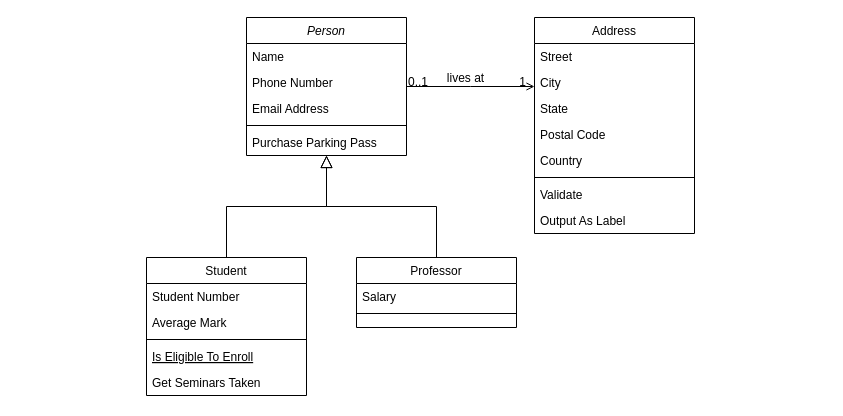
Above: Sist bancario.drawio in AgustinaFontana/1prueba (draw.io), before the change. Source tidied: cells renumbered, new cells numbered last; positions are measured from the earlier drawing's top-left corner, leaving out a move shared by most shapes. Both pictures are drawn from the tidied source at 100%, with x=0, y=0 at pixel (146, 17).
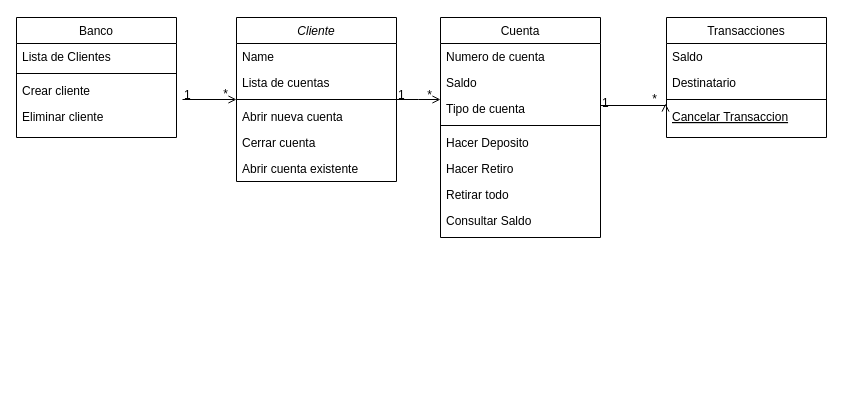
The same page after the edit.

The change refers to these unchanged cells:
```xml
<mxCell id="28" style="endArrow=open;shadow=0;strokeWidth=1;rounded=0;endFill=1;edgeStyle=elbowEdgeStyle;elbow=vertical;" parent="1" edge="1" source="2" target="19">
  <mxGeometry x="0.5" y="41" relative="1" as="geometry">
    <mxPoint x="-40" y="32" as="offset" />
  </mxGeometry>
</mxCell>
```

Change to the diagram source:
```diff
@@
-    <mxCell id="2" value="Person" style="swimlane;fontStyle=2;align=center;verticalAlign=top;horizontal=1;startSize=26;rounded=0;shadow=0;strokeWidth=1;" parent="1" vertex="1">
-      <mxGeometry x="100" width="160" height="138" as="geometry" />
+    <mxCell id="2" value="Cliente" style="swimlane;fontStyle=2;align=center;verticalAlign=top;horizontal=1;startSize=26;rounded=0;shadow=0;strokeWidth=1;" parent="1" vertex="1">
+      <mxGeometry x="90" width="160" height="164" as="geometry" />
     </mxCell>
@@
-    <mxCell id="4" value="Phone Number" style="text;align=left;verticalAlign=top;spacingLeft=4;spacingRight=4;overflow=hidden;rounded=0;shadow=0;html=0;" parent="2" vertex="1">
+    <mxCell id="4" value="Lista de cuentas" style="text;align=left;verticalAlign=top;spacingLeft=4;spacingRight=4;overflow=hidden;rounded=0;shadow=0;html=0;" parent="2" vertex="1">
       <mxGeometry y="52" width="160" height="26" as="geometry" />
     </mxCell>
-    <mxCell id="5" value="Email Address" style="text;align=left;verticalAlign=top;spacingLeft=4;spacingRight=4;overflow=hidden;rounded=0;shadow=0;html=0;" parent="2" vertex="1">
-      <mxGeometry y="78" width="160" height="26" as="geometry" />
-    </mxCell>
     <mxCell id="6" style="line;html=1;strokeWidth=1;align=left;verticalAlign=middle;spacingTop=-1;spacingLeft=3;spacingRight=3;labelPosition=right;" parent="2" vertex="1">
-      <mxGeometry y="104" width="160" height="8" as="geometry" />
+      <mxGeometry y="78" width="160" height="8" as="geometry" />
     </mxCell>
-    <mxCell id="7" value="Purchase Parking Pass" style="text;align=left;verticalAlign=top;spacingLeft=4;spacingRight=4;overflow=hidden;" parent="2" vertex="1">
-      <mxGeometry y="112" width="160" height="26" as="geometry" />
+    <mxCell id="7" value="Abrir nueva cuenta" style="text;align=left;verticalAlign=top;spacingLeft=4;spacingRight=4;overflow=hidden;" parent="2" vertex="1">
+      <mxGeometry y="86" width="160" height="26" as="geometry" />
     </mxCell>
+    <mxCell id="32" value="Cerrar cuenta" style="text;align=left;verticalAlign=top;spacingLeft=4;spacingRight=4;overflow=hidden;" parent="2" vertex="1">
+      <mxGeometry y="112" width="160" height="26" as="geometry" />
+    </mxCell>
+    <mxCell id="33" value="Abrir cuenta existente" style="text;align=left;verticalAlign=top;spacingLeft=4;spacingRight=4;overflow=hidden;" parent="2" vertex="1">
+      <mxGeometry y="138" width="160" height="26" as="geometry" />
+    </mxCell>
-    <mxCell id="8" value="Student" style="swimlane;fontStyle=0;align=center;verticalAlign=top;horizontal=1;startSize=26;rounded=0;shadow=0;strokeWidth=1;" parent="1" vertex="1">
-      <mxGeometry y="240" width="160" height="138" as="geometry" />
+    <mxCell id="8" value="Transacciones" style="swimlane;fontStyle=0;align=center;verticalAlign=top;horizontal=1;startSize=26;rounded=0;shadow=0;strokeWidth=1;" parent="1" vertex="1">
+      <mxGeometry x="520" width="160" height="120" as="geometry" />
     </mxCell>
-    <mxCell id="9" value="Student Number" style="text;align=left;verticalAlign=top;spacingLeft=4;spacingRight=4;overflow=hidden;" parent="8" vertex="1">
+    <mxCell id="9" value="Saldo" style="text;align=left;verticalAlign=top;spacingLeft=4;spacingRight=4;overflow=hidden;" parent="8" vertex="1">
       <mxGeometry y="26" width="160" height="26" as="geometry" />
     </mxCell>
-    <mxCell id="10" value="Average Mark" style="text;align=left;verticalAlign=top;spacingLeft=4;spacingRight=4;overflow=hidden;rounded=0;shadow=0;html=0;" parent="8" vertex="1">
-      <mxGeometry y="52" width="160" height="26" as="geometry" />
-    </mxCell>
+    <mxCell id="34" value="Destinatario" style="text;align=left;verticalAlign=top;spacingLeft=4;spacingRight=4;overflow=hidden;" parent="8" vertex="1">
+      <mxGeometry y="52" width="160" height="26" as="geometry" />
+    </mxCell>
@@
-    <mxCell id="12" value="Is Eligible To Enroll" style="text;align=left;verticalAlign=top;spacingLeft=4;spacingRight=4;overflow=hidden;points=[[0,0.5],[1,0.5]];portConstraint=eastwest;fontStyle=4;" parent="8" vertex="1">
+    <mxCell id="12" value="Cancelar Transaccion" style="text;align=left;verticalAlign=top;spacingLeft=4;spacingRight=4;overflow=hidden;points=[[0,0.5],[1,0.5]];portConstraint=eastwest;fontStyle=4;" parent="8" vertex="1">
       <mxGeometry y="86" width="160" height="26" as="geometry" />
     </mxCell>
-    <mxCell id="13" value="Get Seminars Taken" style="text;align=left;verticalAlign=top;spacingLeft=4;spacingRight=4;overflow=hidden;" parent="8" vertex="1">
-      <mxGeometry y="112" width="160" height="26" as="geometry" />
-    </mxCell>
-    <mxCell id="14" style="endArrow=block;endSize=10;endFill=0;shadow=0;strokeWidth=1;rounded=0;edgeStyle=elbowEdgeStyle;elbow=vertical;" parent="1" edge="1" source="8" target="2">
-      <mxGeometry relative="1" as="geometry" />
-    </mxCell>
-    <mxCell id="15" value="Professor" style="swimlane;fontStyle=0;align=center;verticalAlign=top;horizontal=1;startSize=26;rounded=0;shadow=0;strokeWidth=1;" parent="1" vertex="1">
-      <mxGeometry x="210" y="240" width="160" height="70" as="geometry" />
+    <mxCell id="15" value="Banco" style="swimlane;fontStyle=0;align=center;verticalAlign=top;horizontal=1;startSize=26;rounded=0;shadow=0;strokeWidth=1;" parent="1" vertex="1">
+      <mxGeometry x="-130" width="160" height="120" as="geometry" />
     </mxCell>
-    <mxCell id="16" value="Salary" style="text;align=left;verticalAlign=top;spacingLeft=4;spacingRight=4;overflow=hidden;" parent="15" vertex="1">
+    <mxCell id="16" value="Lista de Clientes" style="text;align=left;verticalAlign=top;spacingLeft=4;spacingRight=4;overflow=hidden;" parent="15" vertex="1">
       <mxGeometry y="26" width="160" height="26" as="geometry" />
     </mxCell>
@@
-    <mxCell id="18" style="endArrow=block;endSize=10;endFill=0;shadow=0;strokeWidth=1;rounded=0;edgeStyle=elbowEdgeStyle;elbow=vertical;" parent="1" edge="1" source="15" target="2">
-      <mxGeometry relative="1" as="geometry" />
-    </mxCell>
+    <mxCell id="35" value="Crear cliente" style="text;align=left;verticalAlign=top;spacingLeft=4;spacingRight=4;overflow=hidden;" parent="15" vertex="1">
+      <mxGeometry y="60" width="160" height="26" as="geometry" />
+    </mxCell>
+    <mxCell id="36" value="Eliminar cliente" style="text;align=left;verticalAlign=top;spacingLeft=4;spacingRight=4;overflow=hidden;" parent="15" vertex="1">
+      <mxGeometry y="86" width="160" height="26" as="geometry" />
+    </mxCell>
-    <mxCell id="19" value="Address" style="swimlane;fontStyle=0;align=center;verticalAlign=top;horizontal=1;startSize=26;rounded=0;shadow=0;strokeWidth=1;" parent="1" vertex="1">
-      <mxGeometry x="388" width="160" height="216" as="geometry" />
+    <mxCell id="19" value="Cuenta" style="swimlane;fontStyle=0;align=center;verticalAlign=top;horizontal=1;startSize=26;rounded=0;shadow=0;strokeWidth=1;" parent="1" vertex="1">
+      <mxGeometry x="294" width="160" height="220" as="geometry" />
     </mxCell>
-    <mxCell id="20" value="Street" style="text;align=left;verticalAlign=top;spacingLeft=4;spacingRight=4;overflow=hidden;" parent="19" vertex="1">
+    <mxCell id="20" value="Numero de cuenta" style="text;align=left;verticalAlign=top;spacingLeft=4;spacingRight=4;overflow=hidden;" parent="19" vertex="1">
       <mxGeometry y="26" width="160" height="26" as="geometry" />
     </mxCell>
-    <mxCell id="21" value="City" style="text;align=left;verticalAlign=top;spacingLeft=4;spacingRight=4;overflow=hidden;rounded=0;shadow=0;html=0;" parent="19" vertex="1">
+    <mxCell id="21" value="Saldo" style="text;align=left;verticalAlign=top;spacingLeft=4;spacingRight=4;overflow=hidden;rounded=0;shadow=0;html=0;" parent="19" vertex="1">
       <mxGeometry y="52" width="160" height="26" as="geometry" />
     </mxCell>
-    <mxCell id="22" value="State" style="text;align=left;verticalAlign=top;spacingLeft=4;spacingRight=4;overflow=hidden;rounded=0;shadow=0;html=0;" parent="19" vertex="1">
+    <mxCell id="22" value="Tipo de cuenta" style="text;align=left;verticalAlign=top;spacingLeft=4;spacingRight=4;overflow=hidden;rounded=0;shadow=0;html=0;" parent="19" vertex="1">
       <mxGeometry y="78" width="160" height="26" as="geometry" />
     </mxCell>
-    <mxCell id="23" value="Postal Code" style="text;align=left;verticalAlign=top;spacingLeft=4;spacingRight=4;overflow=hidden;rounded=0;shadow=0;html=0;" parent="19" vertex="1">
-      <mxGeometry y="104" width="160" height="26" as="geometry" />
-    </mxCell>
-    <mxCell id="24" value="Country" style="text;align=left;verticalAlign=top;spacingLeft=4;spacingRight=4;overflow=hidden;rounded=0;shadow=0;html=0;" parent="19" vertex="1">
-      <mxGeometry y="130" width="160" height="26" as="geometry" />
-    </mxCell>
     <mxCell id="25" style="line;html=1;strokeWidth=1;align=left;verticalAlign=middle;spacingTop=-1;spacingLeft=3;spacingRight=3;labelPosition=right;" parent="19" vertex="1">
-      <mxGeometry y="156" width="160" height="8" as="geometry" />
+      <mxGeometry y="104" width="160" height="8" as="geometry" />
     </mxCell>
-    <mxCell id="26" value="Validate" style="text;align=left;verticalAlign=top;spacingLeft=4;spacingRight=4;overflow=hidden;" parent="19" vertex="1">
-      <mxGeometry y="164" width="160" height="26" as="geometry" />
+    <mxCell id="26" value="Hacer Deposito" style="text;align=left;verticalAlign=top;spacingLeft=4;spacingRight=4;overflow=hidden;" parent="19" vertex="1">
+      <mxGeometry y="112" width="160" height="26" as="geometry" />
     </mxCell>
-    <mxCell id="27" value="Output As Label" style="text;align=left;verticalAlign=top;spacingLeft=4;spacingRight=4;overflow=hidden;" parent="19" vertex="1">
-      <mxGeometry y="190" width="160" height="26" as="geometry" />
+    <mxCell id="27" value="Hacer Retiro" style="text;align=left;verticalAlign=top;spacingLeft=4;spacingRight=4;overflow=hidden;" parent="19" vertex="1">
+      <mxGeometry y="138" width="160" height="26" as="geometry" />
     </mxCell>
+    <mxCell id="37" value="Retirar todo" style="text;align=left;verticalAlign=top;spacingLeft=4;spacingRight=4;overflow=hidden;" parent="19" vertex="1">
+      <mxGeometry y="164" width="160" height="26" as="geometry" />
+    </mxCell>
+    <mxCell id="38" value="Consultar Saldo" style="text;align=left;verticalAlign=top;spacingLeft=4;spacingRight=4;overflow=hidden;" parent="19" vertex="1">
+      <mxGeometry y="190" width="160" height="26" as="geometry" />
+    </mxCell>
@@
-    <mxCell id="29" value="0..1" style="align=left;verticalAlign=bottom;labelBackgroundColor=none;fontSize=12;" parent="28" vertex="1">
+    <mxCell id="29" value="1" style="align=left;verticalAlign=bottom;labelBackgroundColor=none;fontSize=12;" parent="28" vertex="1">
       <mxGeometry x="-1" relative="1" as="geometry">
         <mxPoint y="4" as="offset" />
       </mxGeometry>
     </mxCell>
-    <mxCell id="30" value="1" style="align=right;verticalAlign=bottom;labelBackgroundColor=none;fontSize=12;" parent="28" vertex="1">
+    <mxCell id="30" value="*" style="align=right;verticalAlign=bottom;labelBackgroundColor=none;fontSize=12;" parent="28" vertex="1">
       <mxGeometry x="1" relative="1" as="geometry">
         <mxPoint x="-7" y="4" as="offset" />
       </mxGeometry>
     </mxCell>
-    <mxCell id="31" value="lives at" style="text;html=1;align=center;verticalAlign=middle;labelBackgroundColor=none;rounded=0;shadow=0;strokeWidth=1;fontSize=12;" parent="28" vertex="1">
-      <mxGeometry x="0.5" y="49" relative="1" as="geometry">
-        <mxPoint x="-38" y="40" as="offset" />
-      </mxGeometry>
-    </mxCell>
+    <mxCell id="39" style="endArrow=open;shadow=0;strokeWidth=1;rounded=0;endFill=1;edgeStyle=elbowEdgeStyle;elbow=vertical;" parent="1" edge="1">
+      <mxGeometry x="0.5" y="41" relative="1" as="geometry">
+        <mxPoint x="36" y="82" as="sourcePoint" />
+        <mxPoint x="90" y="81.5" as="targetPoint" />
+        <mxPoint x="-40" y="32" as="offset" />
+      </mxGeometry>
+    </mxCell>
+    <mxCell id="40" value="1" style="align=left;verticalAlign=bottom;labelBackgroundColor=none;fontSize=12;" parent="39" vertex="1">
+      <mxGeometry x="-1" relative="1" as="geometry">
+        <mxPoint y="4" as="offset" />
+      </mxGeometry>
+    </mxCell>
+    <mxCell id="41" value="*" style="align=right;verticalAlign=bottom;labelBackgroundColor=none;fontSize=12;" parent="39" vertex="1">
+      <mxGeometry x="1" relative="1" as="geometry">
+        <mxPoint x="-7" y="4" as="offset" />
+      </mxGeometry>
+    </mxCell>
+    <mxCell id="42" style="endArrow=open;shadow=0;strokeWidth=1;rounded=0;endFill=1;edgeStyle=elbowEdgeStyle;elbow=vertical;entryX=-0.006;entryY=0.001;entryDx=0;entryDy=0;entryPerimeter=0;" parent="1" edge="1" target="12">
+      <mxGeometry x="0.5" y="41" relative="1" as="geometry">
+        <mxPoint x="454" y="90" as="sourcePoint" />
+        <mxPoint x="-40" y="32" as="offset" />
+      </mxGeometry>
+    </mxCell>
+    <mxCell id="43" value="1" style="align=left;verticalAlign=bottom;labelBackgroundColor=none;fontSize=12;" parent="42" vertex="1">
+      <mxGeometry x="-1" relative="1" as="geometry">
+        <mxPoint y="4" as="offset" />
+      </mxGeometry>
+    </mxCell>
+    <mxCell id="44" value="*" style="align=right;verticalAlign=bottom;labelBackgroundColor=none;fontSize=12;" parent="42" vertex="1">
+      <mxGeometry x="1" relative="1" as="geometry">
+        <mxPoint x="-7" y="4" as="offset" />
+      </mxGeometry>
+    </mxCell>
```
